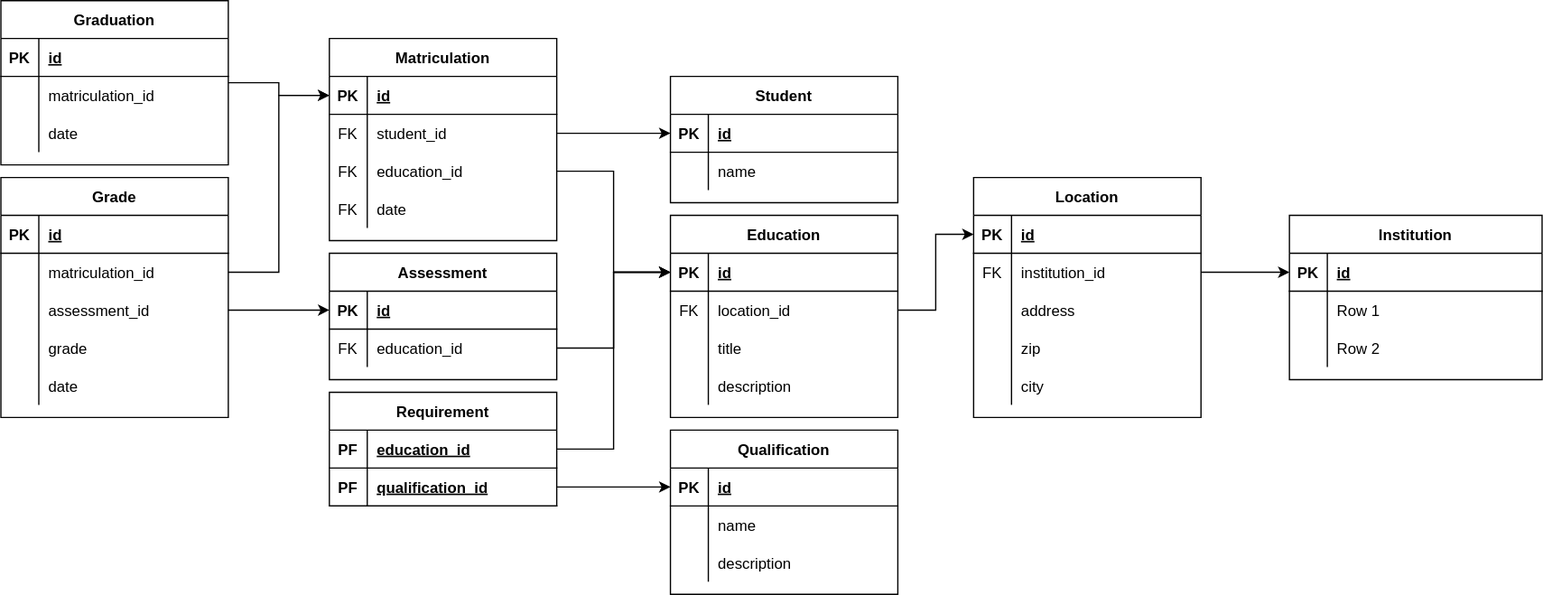
Before: bildungsportal/media/erm.svg, a diagram exported from draw.io (SmartCity-2022/Documentation). Source tidied: cells renumbered, new cells last; positions are measured from the earlier drawing's top-left corner, leaving out a move shared by most shapes.
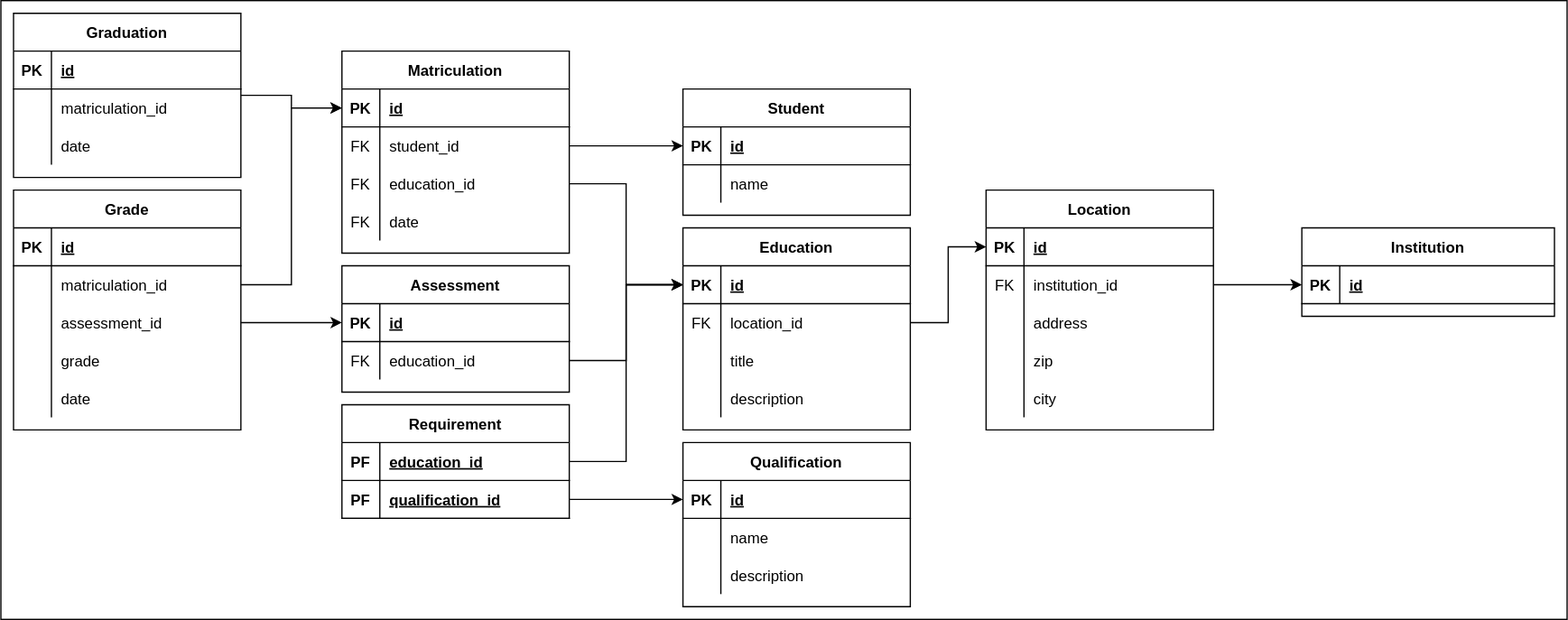
Above is the later version.

Diff of the diagram source:
```diff
@@ -1,9 +1,12 @@
-<mxGraphModel>
+<mxGraphModel background="#FFFFFF">
   <root>
     <mxCell id="0" />
     <mxCell id="1" parent="0" />
+    <mxCell id="121" style="rounded=0;whiteSpace=wrap;html=1;" parent="1" vertex="1">
+      <mxGeometry x="-10" y="-10" width="1240" height="490" as="geometry" />
+    </mxCell>
     <mxCell id="2" value="Institution" style="shape=table;startSize=30;rowLines=0;fontStyle=1;align=center;" parent="1" vertex="1">
-      <mxGeometry x="1020" y="170" width="200" height="130" as="geometry" />
+      <mxGeometry x="1020" y="170" width="200" height="70" as="geometry" />
     </mxCell>
     <mxCell id="3" style="shape=tableRow;horizontal=0;startSize=0;swimlaneHead=0;swimlaneBody=0;fillColor=none;points=[[0,0.5],[1,0.5]];portConstraint=eastwest;top=0;left=0;right=0;bottom=1;" parent="2" vertex="1">
       <mxGeometry y="30" width="200" height="30" as="geometry" />
@@ -14,24 +17,6 @@
     <mxCell id="5" value="id" style="shape=partialRectangle;fillColor=none;top=0;left=0;bottom=0;right=0;align=left;spacingLeft=6;fontStyle=5;overflow=hidden;" parent="3" vertex="1">
       <mxGeometry x="30" width="170" height="30" as="geometry" />
     </mxCell>
-    <mxCell id="6" style="shape=tableRow;horizontal=0;startSize=0;swimlaneHead=0;swimlaneBody=0;fillColor=none;top=0;left=0;right=0;bottom=0;" parent="2" vertex="1">
-      <mxGeometry y="60" width="200" height="30" as="geometry" />
-    </mxCell>
-    <mxCell id="7" style="shape=partialRectangle;fillColor=none;top=0;left=0;bottom=0;right=0;overflow=hidden;" parent="6" vertex="1">
-      <mxGeometry width="30" height="30" as="geometry" />
-    </mxCell>
-    <mxCell id="8" value="Row 1" style="shape=partialRectangle;fillColor=none;top=0;left=0;bottom=0;right=0;align=left;spacingLeft=6;overflow=hidden;" parent="6" vertex="1">
-      <mxGeometry x="30" width="170" height="30" as="geometry" />
-    </mxCell>
-    <mxCell id="9" style="shape=tableRow;horizontal=0;startSize=0;swimlaneHead=0;swimlaneBody=0;fillColor=none;top=0;left=0;right=0;bottom=0;" parent="2" vertex="1">
-      <mxGeometry y="90" width="200" height="30" as="geometry" />
-    </mxCell>
-    <mxCell id="10" style="shape=partialRectangle;fillColor=none;top=0;left=0;bottom=0;right=0;overflow=hidden;" parent="9" vertex="1">
-      <mxGeometry width="30" height="30" as="geometry" />
-    </mxCell>
-    <mxCell id="11" value="Row 2" style="shape=partialRectangle;fillColor=none;top=0;left=0;bottom=0;right=0;align=left;spacingLeft=6;overflow=hidden;" parent="9" vertex="1">
-      <mxGeometry x="30" width="170" height="30" as="geometry" />
-    </mxCell>
     <mxCell id="12" style="edgeStyle=orthogonalEdgeStyle;rounded=0;jettySize=auto;html=1;" parent="1" edge="1" source="17" target="3">
       <mxGeometry relative="1" as="geometry" />
     </mxCell>
```
